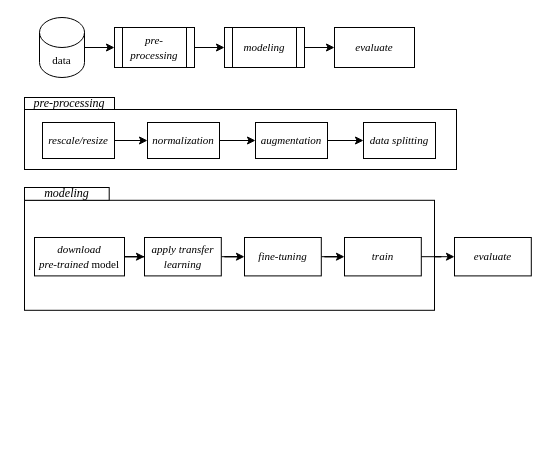
caesariodito/k-thesis keeps this draw.io diagram as proposal/diagram.drawio. Above is the earlier version. Source tidied: cells renumbered, new cells numbered last; positions are measured from the earlier drawing's top-left corner, leaving out a move shared by most shapes. Both pictures are drawn from the tidied source at 100%, with x=0, y=0 at pixel (24, 17).
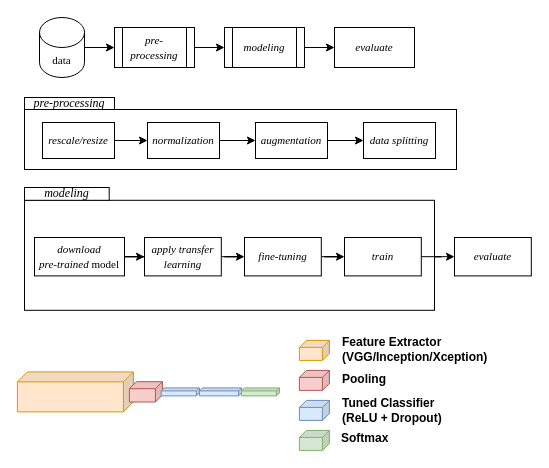
The same diagram, later.

Commit message:
drawio: add model architecture illustration

What changed in the source:
```diff
@@
+    <mxCell id="33" style="shape=cube;whiteSpace=wrap;html=1;boundedLbl=1;backgroundOutline=1;darkOpacity=0.05;darkOpacity2=0.1;size=10;direction=east;flipH=1;fillColor=#ffe6cc;strokeColor=#d79b00;" parent="1" vertex="1">
+      <mxGeometry x="-7.1" y="354.4" width="116" height="40" as="geometry" />
+    </mxCell>
@@
+    <mxCell id="34" style="shape=cube;whiteSpace=wrap;html=1;boundedLbl=1;backgroundOutline=1;darkOpacity=0.05;darkOpacity2=0.1;size=7;direction=east;flipH=1;fillColor=#f8cecc;strokeColor=#b85450;" parent="1" vertex="1">
+      <mxGeometry x="104.9" y="364.2" width="33" height="20.3" as="geometry" />
+    </mxCell>
+    <mxCell id="35" style="shape=cube;whiteSpace=wrap;html=1;boundedLbl=1;backgroundOutline=1;darkOpacity=0.05;darkOpacity2=0.1;size=3;direction=east;flipH=1;fillColor=#dae8fc;strokeColor=#6c8ebf;" parent="1" vertex="1">
+      <mxGeometry x="136.7" y="370.4" width="38.2" height="8" as="geometry" />
+    </mxCell>
+    <mxCell id="36" style="shape=cube;whiteSpace=wrap;html=1;boundedLbl=1;backgroundOutline=1;darkOpacity=0.05;darkOpacity2=0.1;size=3;direction=east;flipH=1;fillColor=#dae8fc;strokeColor=#6c8ebf;" parent="1" vertex="1">
+      <mxGeometry x="174.9" y="370.4" width="42.2" height="8" as="geometry" />
+    </mxCell>
+    <mxCell id="37" style="shape=cube;whiteSpace=wrap;html=1;boundedLbl=1;backgroundOutline=1;darkOpacity=0.05;darkOpacity2=0.1;size=3;direction=east;flipH=1;fillColor=#d5e8d4;strokeColor=#82b366;" parent="1" vertex="1">
+      <mxGeometry x="216.9" y="370.4" width="38" height="8" as="geometry" />
+    </mxCell>
+    <mxCell id="38" style="shape=cube;whiteSpace=wrap;html=1;boundedLbl=1;backgroundOutline=1;darkOpacity=0.05;darkOpacity2=0.1;size=7;direction=east;flipH=1;fillColor=#ffe6cc;strokeColor=#d79b00;" parent="1" vertex="1">
+      <mxGeometry x="274.9" y="322.9" width="30" height="20" as="geometry" />
+    </mxCell>
+    <mxCell id="39" style="shape=cube;whiteSpace=wrap;html=1;boundedLbl=1;backgroundOutline=1;darkOpacity=0.05;darkOpacity2=0.1;size=7;direction=east;flipH=1;fillColor=#f8cecc;strokeColor=#b85450;" parent="1" vertex="1">
+      <mxGeometry x="274.9" y="352.9" width="30" height="20" as="geometry" />
+    </mxCell>
+    <mxCell id="40" style="shape=cube;whiteSpace=wrap;html=1;boundedLbl=1;backgroundOutline=1;darkOpacity=0.05;darkOpacity2=0.1;size=7;direction=east;flipH=1;fillColor=#dae8fc;strokeColor=#6c8ebf;" parent="1" vertex="1">
+      <mxGeometry x="274.9" y="382.9" width="30" height="20" as="geometry" />
+    </mxCell>
+    <mxCell id="41" style="shape=cube;whiteSpace=wrap;html=1;boundedLbl=1;backgroundOutline=1;darkOpacity=0.05;darkOpacity2=0.1;size=7;direction=east;flipH=1;fillColor=#d5e8d4;strokeColor=#82b366;" parent="1" vertex="1">
+      <mxGeometry x="274.9" y="412.9" width="30" height="20" as="geometry" />
+    </mxCell>
+    <mxCell id="42" value="Feature Extractor (VGG/Inception/Xception)" style="text;html=1;strokeColor=none;fillColor=none;align=left;verticalAlign=middle;whiteSpace=wrap;rounded=0;fontStyle=1;fontSize=12;" parent="1" vertex="1">
+      <mxGeometry x="315.9" y="320" width="137" height="23.9" as="geometry" />
+    </mxCell>
+    <mxCell id="43" value="Pooling" style="text;html=1;strokeColor=none;fillColor=none;align=left;verticalAlign=middle;whiteSpace=wrap;rounded=0;fontStyle=1;fontSize=12;" parent="1" vertex="1">
+      <mxGeometry x="315.9" y="350" width="138" height="23.9" as="geometry" />
+    </mxCell>
+    <mxCell id="44" value="Tuned Classifier&lt;br style=&quot;font-size: 12px;&quot;&gt;(ReLU + Dropout)" style="text;html=1;strokeColor=none;fillColor=none;align=left;verticalAlign=middle;whiteSpace=wrap;rounded=0;fontStyle=1;fontSize=12;" parent="1" vertex="1">
+      <mxGeometry x="315.9" y="381.1" width="138" height="23.9" as="geometry" />
+    </mxCell>
+    <mxCell id="45" value="Softmax" style="text;html=1;strokeColor=none;fillColor=none;align=left;verticalAlign=middle;whiteSpace=wrap;rounded=0;fontStyle=1;fontSize=12;" parent="1" vertex="1">
+      <mxGeometry x="314.9" y="409.1" width="138" height="23.9" as="geometry" />
+    </mxCell>
```
